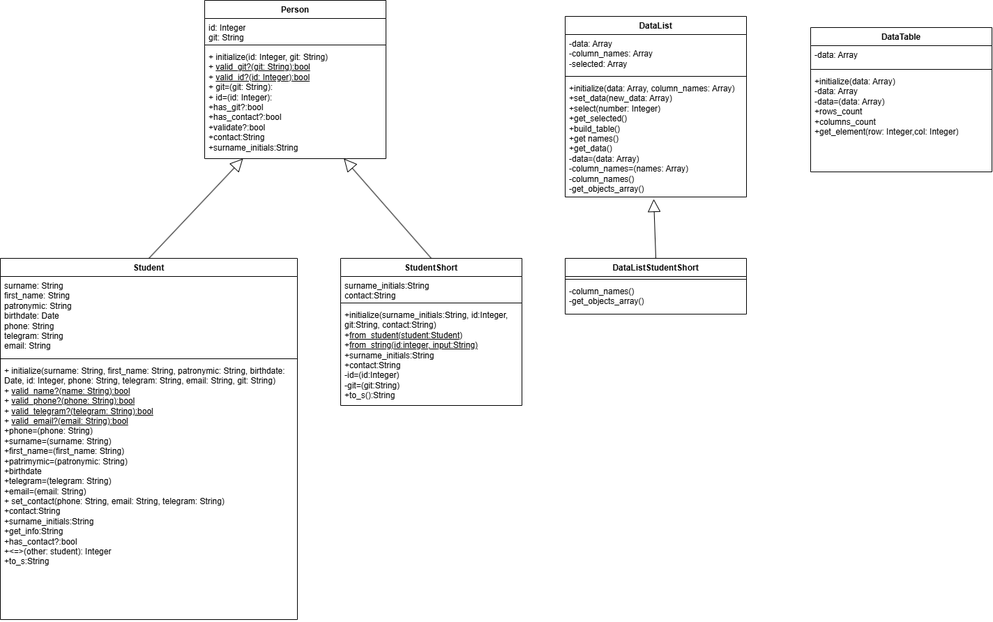
Above: student/class_diagram.drawio.png in emefutty/patterns (draw.io), before the change. Source tidied: cells renumbered, new cells last; positions are measured from the earlier drawing's top-left corner, leaving out a move shared by most shapes.
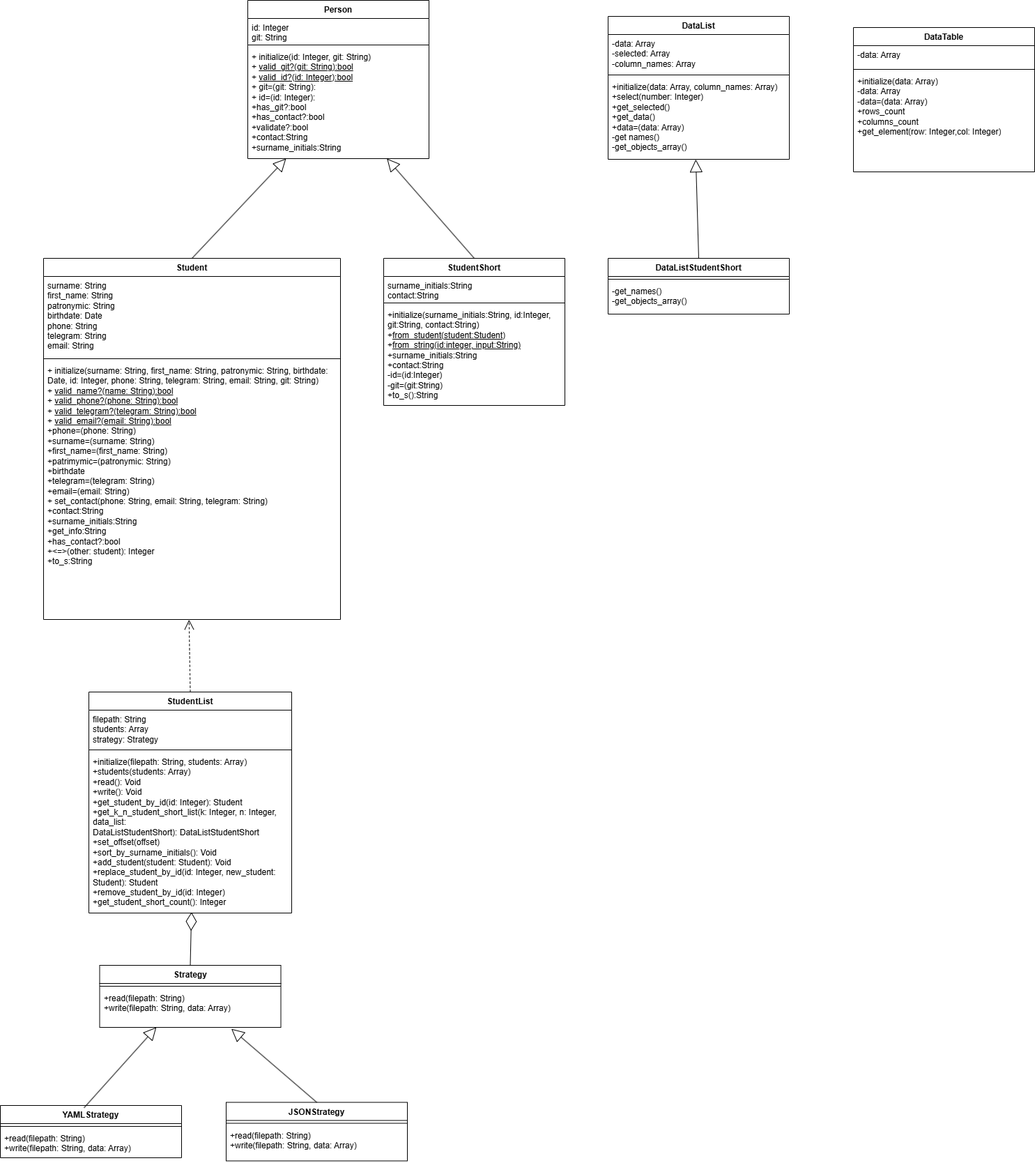
The same diagram one commit later.

What changed in the source:
```diff
@@ -45,16 +45,16 @@
       <mxGeometry y="148" width="426" height="370" as="geometry" />
     </mxCell>
     <mxCell id="16" value="DataList" style="swimlane;fontStyle=1;align=center;verticalAlign=top;horizontal=1;startSize=26;whiteSpace=wrap;html=1;" parent="1" vertex="1">
-      <mxGeometry x="810" y="23" width="260" height="259" as="geometry" />
+      <mxGeometry x="810" y="23" width="260" height="205" as="geometry" />
     </mxCell>
-    <mxCell id="17" value="-data: Array&lt;div&gt;-column_names: Array&lt;/div&gt;&lt;div&gt;-selected: Array&lt;/div&gt;" style="text;strokeColor=none;fillColor=none;align=left;verticalAlign=top;spacingLeft=4;spacingRight=4;overflow=hidden;whiteSpace=wrap;html=1;" parent="16" vertex="1">
-      <mxGeometry y="26" width="260" height="56" as="geometry" />
+    <mxCell id="17" value="-data: Array&lt;div&gt;-selected: Array&lt;/div&gt;&lt;div&gt;-column_names: Array&lt;/div&gt;" style="text;strokeColor=none;fillColor=none;align=left;verticalAlign=top;spacingLeft=4;spacingRight=4;overflow=hidden;whiteSpace=wrap;html=1;" parent="16" vertex="1">
+      <mxGeometry y="26" width="260" height="54" as="geometry" />
     </mxCell>
     <mxCell id="18" style="line;strokeWidth=1;fillColor=none;align=left;verticalAlign=middle;spacingTop=-1;spacingLeft=3;spacingRight=3;labelPosition=right;strokeColor=inherit;" parent="16" vertex="1">
-      <mxGeometry y="82" width="260" height="8" as="geometry" />
+      <mxGeometry y="80" width="260" height="8" as="geometry" />
     </mxCell>
-    <mxCell id="19" value="+initialize(data: Array, column_names: Array)&lt;div&gt;+set_data(new_data: Array)&lt;/div&gt;&lt;div&gt;+select(number: Integer)&lt;/div&gt;&lt;div&gt;+get_selected()&lt;/div&gt;&lt;div&gt;+build_table()&lt;/div&gt;&lt;div&gt;&lt;span style=&quot;background-color: transparent; color: light-dark(rgb(0, 0, 0), rgb(255, 255, 255));&quot;&gt;+get names()&lt;/span&gt;&lt;/div&gt;&lt;div&gt;&lt;span style=&quot;background-color: transparent; color: light-dark(rgb(0, 0, 0), rgb(255, 255, 255));&quot;&gt;+get_data()&lt;/span&gt;&lt;/div&gt;&lt;div&gt;&lt;span style=&quot;background-color: transparent; color: light-dark(rgb(0, 0, 0), rgb(255, 255, 255));&quot;&gt;-data=(data: Array)&lt;/span&gt;&lt;/div&gt;&lt;div&gt;&lt;span style=&quot;background-color: transparent; color: light-dark(rgb(0, 0, 0), rgb(255, 255, 255));&quot;&gt;-column_names=(names: Array)&lt;/span&gt;&lt;/div&gt;&lt;div&gt;&lt;span style=&quot;background-color: transparent;&quot;&gt;-column_names()&lt;/span&gt;&lt;/div&gt;&lt;div&gt;&lt;span style=&quot;background-color: transparent;&quot;&gt;-get_objects_array()&lt;/span&gt;&lt;/div&gt;" style="text;strokeColor=none;fillColor=none;align=left;verticalAlign=top;spacingLeft=4;spacingRight=4;overflow=hidden;points=[[0,0.5],[1,0.5]];portConstraint=eastwest;whiteSpace=wrap;html=1;" parent="16" vertex="1">
-      <mxGeometry y="90" width="260" height="169" as="geometry" />
+    <mxCell id="19" value="+initialize(data: Array, column_names: Array)&lt;div&gt;+select(number: Integer)&lt;/div&gt;&lt;div&gt;+get_selected()&lt;/div&gt;&lt;div&gt;&lt;span style=&quot;background-color: transparent; color: light-dark(rgb(0, 0, 0), rgb(255, 255, 255));&quot;&gt;+get_data()&lt;/span&gt;&lt;/div&gt;&lt;div&gt;&lt;span style=&quot;background-color: transparent; color: light-dark(rgb(0, 0, 0), rgb(255, 255, 255));&quot;&gt;+data=(data: Array)&lt;/span&gt;&lt;/div&gt;&lt;div&gt;-get names()&lt;span style=&quot;background-color: transparent; color: light-dark(rgb(0, 0, 0), rgb(255, 255, 255));&quot;&gt;&lt;/span&gt;&lt;/div&gt;&lt;div&gt;&lt;span style=&quot;background-color: transparent;&quot;&gt;-get_objects_array()&lt;/span&gt;&lt;/div&gt;" style="text;strokeColor=none;fillColor=none;align=left;verticalAlign=top;spacingLeft=4;spacingRight=4;overflow=hidden;points=[[0,0.5],[1,0.5]];portConstraint=eastwest;whiteSpace=wrap;html=1;" parent="16" vertex="1">
+      <mxGeometry y="88" width="260" height="117" as="geometry" />
     </mxCell>
     <mxCell id="20" value="DataListStudentShort" style="swimlane;fontStyle=1;align=center;verticalAlign=top;horizontal=1;startSize=26;whiteSpace=wrap;html=1;" parent="1" vertex="1">
       <mxGeometry x="810" y="370" width="260" height="80" as="geometry" />
@@ -62,7 +62,7 @@
     <mxCell id="21" style="line;strokeWidth=1;fillColor=none;align=left;verticalAlign=middle;spacingTop=-1;spacingLeft=3;spacingRight=3;labelPosition=right;strokeColor=inherit;" parent="20" vertex="1">
       <mxGeometry y="26" width="260" height="8" as="geometry" />
     </mxCell>
-    <mxCell id="22" value="&lt;div&gt;-column_names()&lt;/div&gt;&lt;div&gt;-get_objects_array()&lt;/div&gt;" style="text;strokeColor=none;fillColor=none;align=left;verticalAlign=top;spacingLeft=4;spacingRight=4;overflow=hidden;whiteSpace=wrap;html=1;" parent="20" vertex="1">
+    <mxCell id="22" value="&lt;div&gt;-get_names()&lt;/div&gt;&lt;div&gt;-get_objects_array()&lt;/div&gt;" style="text;strokeColor=none;fillColor=none;align=left;verticalAlign=top;spacingLeft=4;spacingRight=4;overflow=hidden;whiteSpace=wrap;html=1;" parent="20" vertex="1">
       <mxGeometry y="34" width="260" height="46" as="geometry" />
     </mxCell>
     <mxCell id="23" value="DataTable" style="swimlane;fontStyle=1;align=center;verticalAlign=top;horizontal=1;startSize=26;whiteSpace=wrap;html=1;" parent="1" vertex="1">
@@ -77,10 +77,59 @@
     <mxCell id="26" value="+initialize(data: Array)&lt;div&gt;-data: Array&lt;/div&gt;&lt;div&gt;-data=(data: Array)&lt;/div&gt;&lt;div&gt;+rows_count&lt;/div&gt;&lt;div&gt;+columns_count&lt;/div&gt;&lt;div&gt;+get_element(row: Integer,col: Integer)&lt;/div&gt;" style="text;strokeColor=none;fillColor=none;align=left;verticalAlign=top;spacingLeft=4;spacingRight=4;overflow=hidden;whiteSpace=wrap;html=1;" parent="23" vertex="1">
       <mxGeometry y="64" width="260" height="143" as="geometry" />
     </mxCell>
-    <mxCell id="27" style="endArrow=block;endSize=16;endFill=0;html=1;rounded=0;exitX=0.5;exitY=0;exitDx=0;exitDy=0;" parent="1" edge="1" source="20">
-      <mxGeometry x="-0.5" y="60" relative="1" as="geometry">
-        <mxPoint x="937" y="285" as="targetPoint" />
-      </mxGeometry>
+    <mxCell id="27" style="endArrow=block;endSize=16;endFill=0;html=1;rounded=0;exitX=0.5;exitY=0;exitDx=0;exitDy=0;entryX=0.484;entryY=1.001;entryDx=0;entryDy=0;entryPerimeter=0;" parent="1" edge="1" source="20" target="19">
+      <mxGeometry x="-0.5" y="60" relative="1" as="geometry" />
     </mxCell>
+    <mxCell id="28" value="StudentList" style="swimlane;fontStyle=1;align=center;verticalAlign=top;horizontal=1;startSize=26;whiteSpace=wrap;html=1;" parent="1" vertex="1">
+      <mxGeometry x="65" y="992" width="291" height="317" as="geometry" />
+    </mxCell>
+    <mxCell id="29" value="filepath: String&lt;div&gt;students: Array&lt;/div&gt;&lt;div&gt;strategy: Strategy&lt;/div&gt;" style="text;strokeColor=none;fillColor=none;align=left;verticalAlign=top;spacingLeft=4;spacingRight=4;overflow=hidden;whiteSpace=wrap;html=1;" parent="28" vertex="1">
+      <mxGeometry y="26" width="291" height="53" as="geometry" />
+    </mxCell>
+    <mxCell id="30" style="line;strokeWidth=1;fillColor=none;align=left;verticalAlign=middle;spacingTop=-1;spacingLeft=3;spacingRight=3;labelPosition=right;strokeColor=inherit;" parent="28" vertex="1">
+      <mxGeometry y="79" width="291" height="8" as="geometry" />
+    </mxCell>
+    <mxCell id="31" value="+initialize(filepath: String,&amp;nbsp;&lt;span style=&quot;background-color: transparent; color: light-dark(rgb(0, 0, 0), rgb(255, 255, 255));&quot;&gt;students: Array&lt;/span&gt;)&lt;div&gt;+students(students: Array)&lt;/div&gt;&lt;div&gt;+read(): Void&lt;/div&gt;&lt;div&gt;+write(): Void&lt;/div&gt;&lt;div&gt;+get_student_by_id(id: Integer): Student&lt;/div&gt;&lt;div&gt;+get_k_n_student_short_list(k: Integer, n: Integer, data_list: DataListStudentShort):&amp;nbsp;&lt;span style=&quot;background-color: transparent; color: light-dark(rgb(0, 0, 0), rgb(255, 255, 255));&quot;&gt;DataListStudentShort&lt;/span&gt;&lt;/div&gt;&lt;div&gt;&lt;span style=&quot;background-color: transparent; color: light-dark(rgb(0, 0, 0), rgb(255, 255, 255));&quot;&gt;+&lt;/span&gt;&lt;span style=&quot;background-color: transparent;&quot;&gt;set_offset(offset)&lt;/span&gt;&lt;/div&gt;&lt;div&gt;&lt;span style=&quot;background-color: transparent;&quot;&gt;+&lt;/span&gt;&lt;span style=&quot;background-color: transparent;&quot;&gt;sort_by_surname_initials(): Void&lt;/span&gt;&lt;/div&gt;&lt;div&gt;&lt;span style=&quot;background-color: transparent;&quot;&gt;+&lt;/span&gt;&lt;span style=&quot;background-color: transparent;&quot;&gt;add_student(student: Student): Void&lt;/span&gt;&lt;/div&gt;&lt;div&gt;&lt;span style=&quot;background-color: transparent;&quot;&gt;+&lt;/span&gt;&lt;span style=&quot;background-color: transparent;&quot;&gt;replace_student_by_id(id: Integer, new_student: Student):&amp;nbsp;&lt;/span&gt;&lt;span style=&quot;background-color: transparent; color: light-dark(rgb(0, 0, 0), rgb(255, 255, 255));&quot;&gt;Student&lt;/span&gt;&lt;/div&gt;&lt;div&gt;&lt;span style=&quot;background-color: transparent; color: light-dark(rgb(0, 0, 0), rgb(255, 255, 255));&quot;&gt;+&lt;/span&gt;&lt;span style=&quot;background-color: transparent;&quot;&gt;remove_student_by_id(id: Integer)&lt;/span&gt;&lt;/div&gt;&lt;div&gt;&lt;span style=&quot;background-color: transparent;&quot;&gt;+&lt;/span&gt;&lt;span style=&quot;background-color: transparent;&quot;&gt;get_student_short_count(): Integer&lt;/span&gt;&lt;/div&gt;" style="text;strokeColor=none;fillColor=none;align=left;verticalAlign=top;spacingLeft=4;spacingRight=4;overflow=hidden;points=[[0,0.5],[1,0.5]];portConstraint=eastwest;whiteSpace=wrap;html=1;" parent="28" vertex="1">
+      <mxGeometry y="87" width="291" height="230" as="geometry" />
+    </mxCell>
+    <mxCell id="32" value="Strategy" style="swimlane;fontStyle=1;align=center;verticalAlign=top;horizontal=1;startSize=26;whiteSpace=wrap;html=1;" parent="1" vertex="1">
+      <mxGeometry x="80.5" y="1384" width="260" height="89" as="geometry" />
+    </mxCell>
+    <mxCell id="33" style="line;strokeWidth=1;fillColor=none;align=left;verticalAlign=middle;spacingTop=-1;spacingLeft=3;spacingRight=3;labelPosition=right;strokeColor=inherit;" parent="32" vertex="1">
+      <mxGeometry y="26" width="260" height="8" as="geometry" />
+    </mxCell>
+    <mxCell id="34" value="+read(filepath: String)&lt;div&gt;+write(filepath: String, data: Array)&lt;/div&gt;" style="text;strokeColor=none;fillColor=none;align=left;verticalAlign=top;spacingLeft=4;spacingRight=4;overflow=hidden;points=[[0,0.5],[1,0.5]];portConstraint=eastwest;whiteSpace=wrap;html=1;" parent="32" vertex="1">
+      <mxGeometry y="34" width="260" height="55" as="geometry" />
+    </mxCell>
+    <mxCell id="35" value="JSONStrategy" style="swimlane;fontStyle=1;align=center;verticalAlign=top;horizontal=1;startSize=26;whiteSpace=wrap;html=1;" parent="1" vertex="1">
+      <mxGeometry x="262" y="1580.5" width="260" height="84" as="geometry" />
+    </mxCell>
+    <mxCell id="36" style="line;strokeWidth=1;fillColor=none;align=left;verticalAlign=middle;spacingTop=-1;spacingLeft=3;spacingRight=3;labelPosition=right;strokeColor=inherit;" parent="35" vertex="1">
+      <mxGeometry y="26" width="260" height="8" as="geometry" />
+    </mxCell>
+    <mxCell id="37" value="&lt;div&gt;+read(filepath: String)&lt;div&gt;+write(filepath: String, data: Array)&lt;/div&gt;&lt;/div&gt;" style="text;strokeColor=none;fillColor=none;align=left;verticalAlign=top;spacingLeft=4;spacingRight=4;overflow=hidden;whiteSpace=wrap;html=1;" parent="35" vertex="1">
+      <mxGeometry y="34" width="260" height="50" as="geometry" />
+    </mxCell>
+    <mxCell id="38" value="YAMLStrategy" style="swimlane;fontStyle=1;align=center;verticalAlign=top;horizontal=1;startSize=26;whiteSpace=wrap;html=1;" parent="1" vertex="1">
+      <mxGeometry x="-62" y="1585" width="260" height="75" as="geometry" />
+    </mxCell>
+    <mxCell id="39" style="line;strokeWidth=1;fillColor=none;align=left;verticalAlign=middle;spacingTop=-1;spacingLeft=3;spacingRight=3;labelPosition=right;strokeColor=inherit;" parent="38" vertex="1">
+      <mxGeometry y="26" width="260" height="8" as="geometry" />
+    </mxCell>
+    <mxCell id="40" value="+read(filepath: String)&lt;div&gt;+write(filepath: String, data: Array)&lt;/div&gt;" style="text;strokeColor=none;fillColor=none;align=left;verticalAlign=top;spacingLeft=4;spacingRight=4;overflow=hidden;whiteSpace=wrap;html=1;" parent="38" vertex="1">
+      <mxGeometry y="34" width="260" height="41" as="geometry" />
+    </mxCell>
+    <mxCell id="41" style="endArrow=diamondThin;endFill=0;endSize=24;html=1;rounded=0;entryX=0.506;entryY=0.994;entryDx=0;entryDy=0;entryPerimeter=0;exitX=0.5;exitY=0;exitDx=0;exitDy=0;" parent="1" edge="1" source="32" target="31">
+      <mxGeometry relative="1" as="geometry" />
+    </mxCell>
+    <mxCell id="42" style="endArrow=block;endSize=16;endFill=0;html=1;rounded=0;exitX=0.462;exitY=0.044;exitDx=0;exitDy=0;entryX=0.313;entryY=0.997;entryDx=0;entryDy=0;entryPerimeter=0;exitPerimeter=0;" parent="1" edge="1" source="38" target="34">
+      <mxGeometry x="-0.5" y="60" relative="1" as="geometry" />
+    </mxCell>
+    <mxCell id="43" style="endArrow=block;endSize=16;endFill=0;html=1;rounded=0;exitX=0.5;exitY=0;exitDx=0;exitDy=0;entryX=0.727;entryY=1.039;entryDx=0;entryDy=0;entryPerimeter=0;" parent="1" edge="1" source="35" target="34">
+      <mxGeometry x="-0.5" y="60" relative="1" as="geometry" />
+    </mxCell>
+    <mxCell id="44" style="endArrow=open;endSize=12;dashed=1;html=1;rounded=0;entryX=0.49;entryY=1.001;entryDx=0;entryDy=0;entryPerimeter=0;exitX=0.5;exitY=0;exitDx=0;exitDy=0;" parent="1" edge="1" source="28" target="15">
+      <mxGeometry relative="1" as="geometry" />
+    </mxCell>
   </root>
 </mxGraphModel>
```
